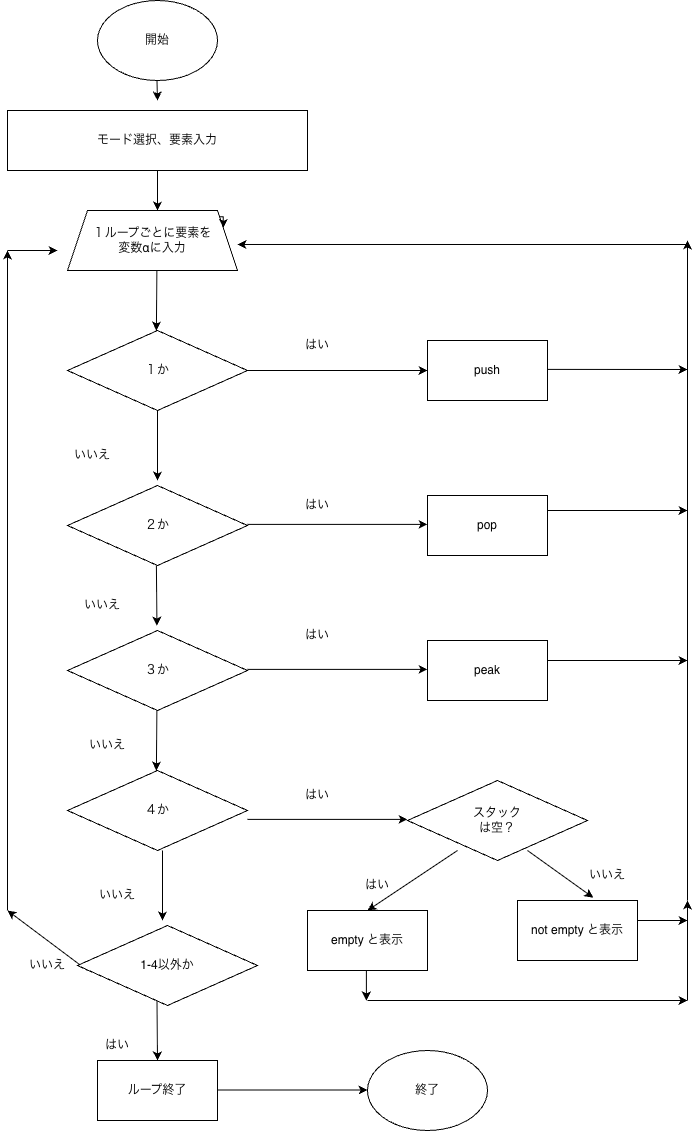
Earlier version of the draw.io export lesson01.png (rtakiguchilogz-stack/php5-7). Source tidied: cells renumbered, new cells last; positions are measured from the earlier drawing's top-left corner, leaving out a move shared by most shapes.
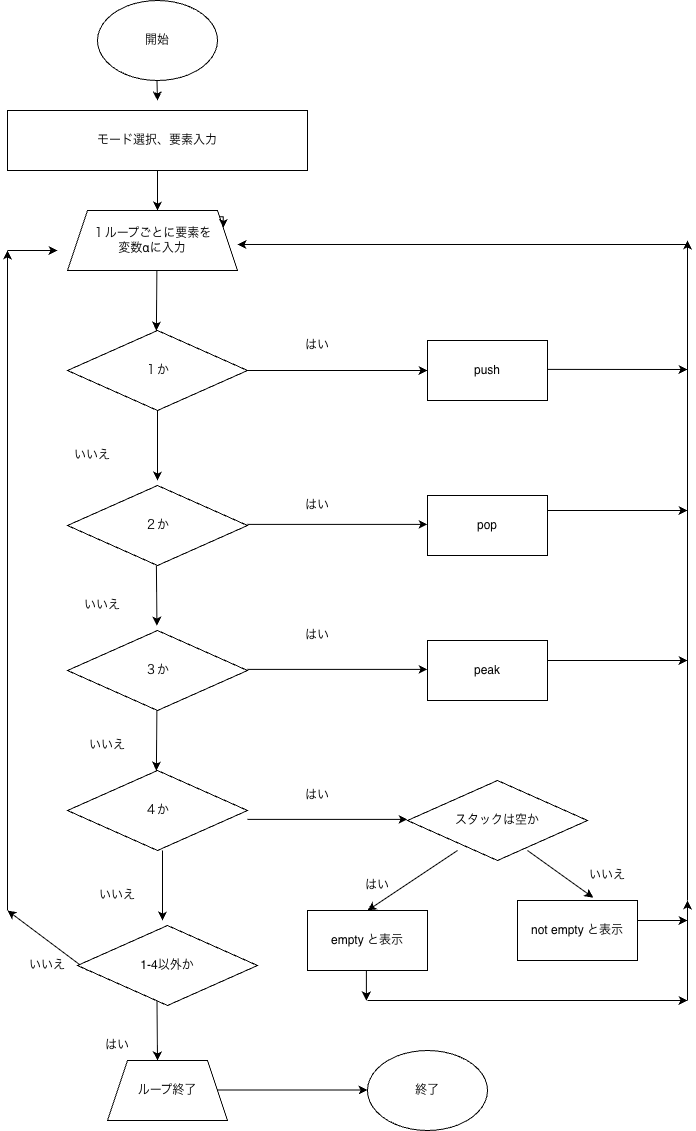
Later version of the same file.

The edit, as a diff of the source:
```diff
@@ -189,14 +189,12 @@
     <mxCell id="41" value="はい" style="text;html=1;whiteSpace=wrap;strokeColor=none;fillColor=none;align=center;verticalAlign=middle;rounded=0;" parent="1" vertex="1">
       <mxGeometry x="80" y="1030" width="60" height="30" as="geometry" />
     </mxCell>
-    <mxCell id="42" style="endArrow=classic;html=1;rounded=0;exitX=0.5;exitY=1;exitDx=0;exitDy=0;entryX=0.5;entryY=0;entryDx=0;entryDy=0;" parent="1" edge="1" target="43">
+    <mxCell id="42" style="endArrow=classic;html=1;rounded=0;exitX=0.5;exitY=1;exitDx=0;exitDy=0;entryX=0.5;entryY=0;entryDx=0;entryDy=0;" parent="1" edge="1">
       <mxGeometry relative="1" as="geometry">
         <mxPoint x="149.5" y="1000" as="sourcePoint" />
+        <mxPoint x="150" y="1060" as="targetPoint" />
       </mxGeometry>
     </mxCell>
-    <mxCell id="43" value="ループ終了" style="whiteSpace=wrap;html=1;" parent="1" vertex="1">
-      <mxGeometry x="90" y="1060" width="120" height="60" as="geometry" />
-    </mxCell>
     <mxCell id="44" style="endArrow=classic;html=1;rounded=0;" parent="1" edge="1">
       <mxGeometry relative="1" as="geometry">
         <mxPoint x="80" y="970" as="sourcePoint" />
@@ -242,11 +240,14 @@
     <mxCell id="55" value="４か" style="rhombus;whiteSpace=wrap;html=1;" parent="1" vertex="1">
       <mxGeometry x="60" y="770" width="180" height="80" as="geometry" />
     </mxCell>
-    <mxCell id="56" value="スタック&lt;div&gt;は空？&lt;/div&gt;" style="rhombus;whiteSpace=wrap;html=1;" parent="1" vertex="1">
+    <mxCell id="56" value="スタックは空か" style="rhombus;whiteSpace=wrap;html=1;" parent="1" vertex="1">
       <mxGeometry x="400" y="780" width="180" height="80" as="geometry" />
     </mxCell>
     <mxCell id="57" value="1-4以外か" style="rhombus;whiteSpace=wrap;html=1;" parent="1" vertex="1">
       <mxGeometry x="70" y="925" width="180" height="80" as="geometry" />
     </mxCell>
+    <mxCell id="43" value="ループ終了" style="shape=trapezoid;perimeter=trapezoidPerimeter;whiteSpace=wrap;html=1;fixedSize=1;" parent="1" vertex="1">
+      <mxGeometry x="100" y="1060" width="120" height="60" as="geometry" />
+    </mxCell>
   </root>
 </mxGraphModel>
```
